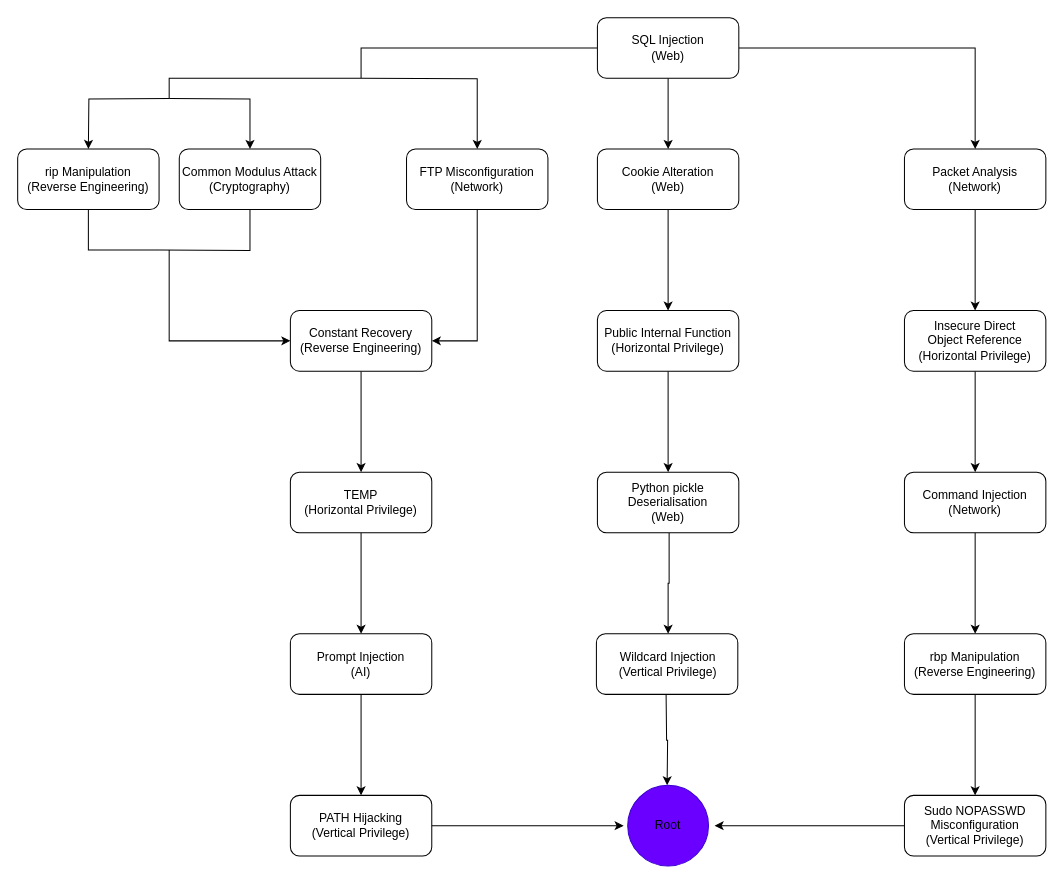
The draw.io diagram ExploitMap.drawio in saacutter/rta-ctf, before the edit. Source tidied: cells renumbered, new cells numbered last; positions are measured from the earlier drawing's top-left corner, leaving out a move shared by most shapes. Both pictures are drawn from the tidied source at 101%, with x=0, y=0 at pixel (17, 17).
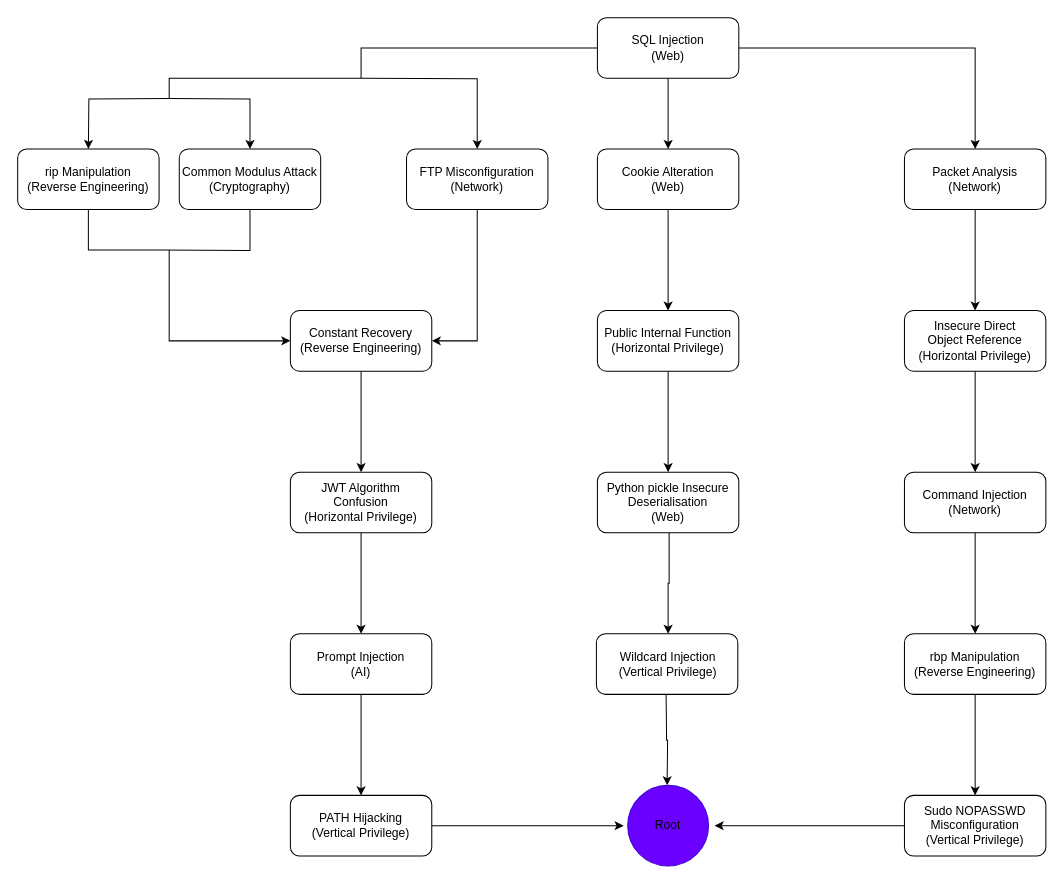
The same diagram, later.

Commit message (it also covers changes not shown here):
Updated exploit map

Diff of the diagram source:
```diff
@@
-    <mxCell id="48" value="TEMP&lt;br&gt;(Horizontal Privilege)" style="text;html=1;whiteSpace=wrap;strokeColor=none;fillColor=none;align=center;verticalAlign=middle;rounded=0;" parent="1" vertex="1">
+    <mxCell id="48" value="JWT Algorithm Confusion&lt;br&gt;(Horizontal Privilege)" style="text;html=1;whiteSpace=wrap;strokeColor=none;fillColor=none;align=center;verticalAlign=middle;rounded=0;" parent="1" vertex="1">
       <mxGeometry x="280" y="465" width="120" height="30" as="geometry" />
     </mxCell>
@@
-    <mxCell id="51" value="Python pickle Deserialisation&lt;br&gt;(Web)" style="text;html=1;whiteSpace=wrap;strokeColor=none;fillColor=none;align=center;verticalAlign=middle;rounded=0;" parent="1" vertex="1">
+    <mxCell id="51" value="Python pickle Insecure Deserialisation&lt;br&gt;(Web)" style="text;html=1;whiteSpace=wrap;strokeColor=none;fillColor=none;align=center;verticalAlign=middle;rounded=0;" parent="1" vertex="1">
       <mxGeometry x="579" y="465" width="130" height="30" as="geometry" />
     </mxCell>
```
